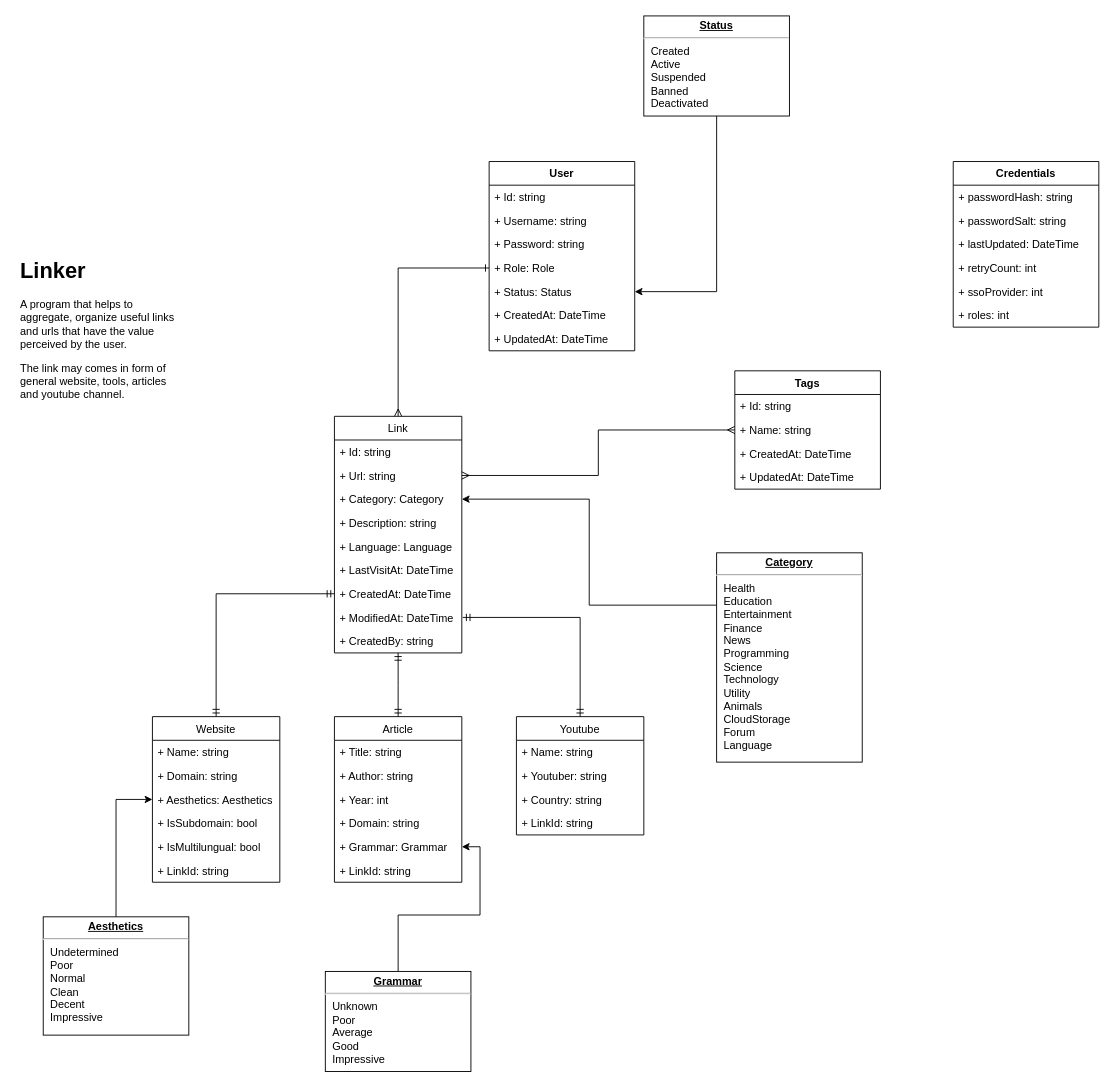
data-miner00/Linker keeps this draw.io diagram as page "Class Diagram" (1 of 4) of docs/Linker.drawio. Above is the earlier version. Source tidied: cells renumbered, new cells numbered last; positions are measured from the earlier drawing's top-left corner, leaving out a move shared by most shapes. Both pictures are drawn from the tidied source at 91%, with x=0, y=0 at pixel (15, 15).
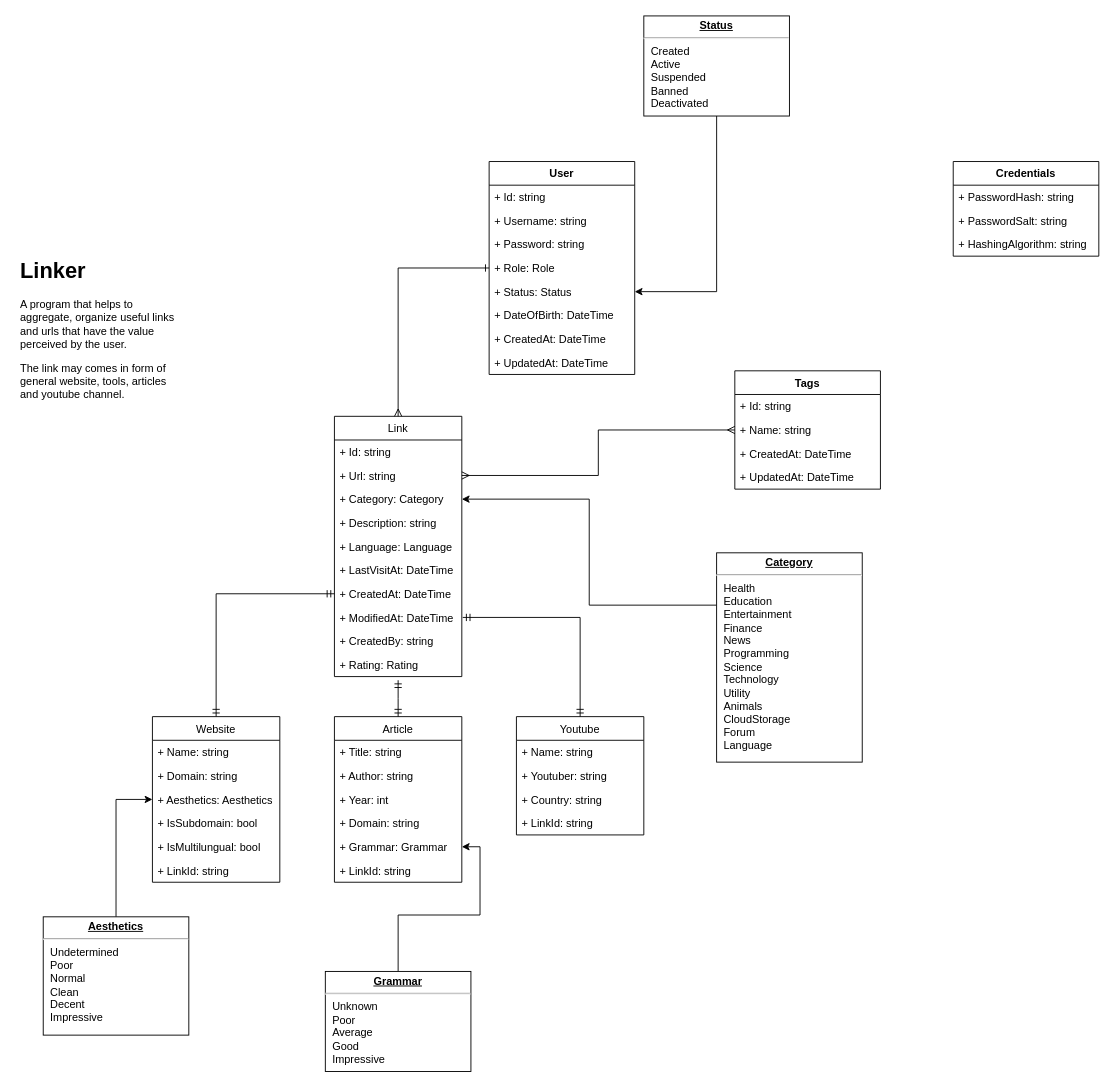
The same diagram, later.

Unchanged cells that the change refers to:
```xml
<mxCell id="26" value="Article" style="swimlane;fontStyle=0;horizontal=1;startSize=26;fillColor=none;" parent="1" vertex="1">
  <mxGeometry x="350" y="770" width="140" height="182" as="geometry" />
</mxCell>
```

Change to the diagram source:
```diff
@@
     <mxCell id="2" value="Link" style="swimlane;fontStyle=0;horizontal=1;startSize=26;fillColor=none;" parent="1" vertex="1">
-      <mxGeometry x="350" y="440" width="140" height="260" as="geometry" />
+      <mxGeometry x="350" y="440" width="140" height="286" as="geometry" />
     </mxCell>
@@
+    <mxCell id="65" value="+ Rating: Rating" style="text;strokeColor=none;fillColor=none;align=left;verticalAlign=top;spacingLeft=4;spacingRight=4;overflow=hidden;" parent="2" vertex="1">
+      <mxGeometry y="260" width="140" height="26" as="geometry" />
+    </mxCell>
@@
     <mxCell id="25" style="edgeStyle=orthogonalEdgeStyle;rounded=0;jettySize=auto;html=1;endArrow=ERmandOne;endFill=0;startArrow=ERmandOne;startFill=0;" parent="1" edge="1" source="26">
       <mxGeometry relative="1" as="geometry">
-        <mxPoint x="420" y="700" as="targetPoint" />
+        <mxPoint x="420" y="730" as="targetPoint" />
       </mxGeometry>
     </mxCell>
@@
     <mxCell id="41" value="User" style="swimlane;fontStyle=1;align=center;verticalAlign=top;horizontal=1;startSize=26;" parent="1" vertex="1">
-      <mxGeometry x="520" y="160" width="160" height="208" as="geometry" />
+      <mxGeometry x="520" y="160" width="160" height="234" as="geometry" />
     </mxCell>
@@
+    <mxCell id="66" value="+ DateOfBirth: DateTime" style="text;strokeColor=none;fillColor=none;align=left;verticalAlign=top;spacingLeft=4;spacingRight=4;overflow=hidden;" parent="41" vertex="1">
+      <mxGeometry y="156" width="160" height="26" as="geometry" />
+    </mxCell>
     <mxCell id="47" value="+ CreatedAt: DateTime" style="text;strokeColor=none;fillColor=none;align=left;verticalAlign=top;spacingLeft=4;spacingRight=4;overflow=hidden;" parent="41" vertex="1">
-      <mxGeometry y="156" width="160" height="26" as="geometry" />
+      <mxGeometry y="182" width="160" height="26" as="geometry" />
     </mxCell>
     <mxCell id="48" value="+ UpdatedAt: DateTime" style="text;strokeColor=none;fillColor=none;align=left;verticalAlign=top;spacingLeft=4;spacingRight=4;overflow=hidden;" parent="41" vertex="1">
-      <mxGeometry y="182" width="160" height="26" as="geometry" />
+      <mxGeometry y="208" width="160" height="26" as="geometry" />
     </mxCell>
@@
     <mxCell id="58" value="Credentials" style="swimlane;fontStyle=1;align=center;verticalAlign=top;horizontal=1;startSize=26;" parent="1" vertex="1">
-      <mxGeometry x="1030" y="160" width="160" height="182" as="geometry" />
+      <mxGeometry x="1030" y="160" width="160" height="104" as="geometry" />
     </mxCell>
-    <mxCell id="59" value="+ passwordHash: string" style="text;strokeColor=none;fillColor=none;align=left;verticalAlign=top;spacingLeft=4;spacingRight=4;overflow=hidden;" parent="58" vertex="1">
+    <mxCell id="59" value="+ PasswordHash: string" style="text;strokeColor=none;fillColor=none;align=left;verticalAlign=top;spacingLeft=4;spacingRight=4;overflow=hidden;" parent="58" vertex="1">
       <mxGeometry y="26" width="160" height="26" as="geometry" />
     </mxCell>
-    <mxCell id="60" value="+ passwordSalt: string" style="text;strokeColor=none;fillColor=none;align=left;verticalAlign=top;spacingLeft=4;spacingRight=4;overflow=hidden;" parent="58" vertex="1">
+    <mxCell id="60" value="+ PasswordSalt: string" style="text;strokeColor=none;fillColor=none;align=left;verticalAlign=top;spacingLeft=4;spacingRight=4;overflow=hidden;" parent="58" vertex="1">
       <mxGeometry y="52" width="160" height="26" as="geometry" />
     </mxCell>
-    <mxCell id="61" value="+ lastUpdated: DateTime" style="text;strokeColor=none;fillColor=none;align=left;verticalAlign=top;spacingLeft=4;spacingRight=4;overflow=hidden;" parent="58" vertex="1">
-      <mxGeometry y="78" width="160" height="26" as="geometry" />
-    </mxCell>
-    <mxCell id="62" value="+ retryCount: int" style="text;strokeColor=none;fillColor=none;align=left;verticalAlign=top;spacingLeft=4;spacingRight=4;overflow=hidden;" parent="58" vertex="1">
-      <mxGeometry y="104" width="160" height="26" as="geometry" />
+    <mxCell id="62" value="+ HashingAlgorithm: string" style="text;strokeColor=none;fillColor=none;align=left;verticalAlign=top;spacingLeft=4;spacingRight=4;overflow=hidden;" parent="58" vertex="1">
+      <mxGeometry y="78" width="160" height="26" as="geometry" />
     </mxCell>
-    <mxCell id="63" value="+ ssoProvider: int" style="text;strokeColor=none;fillColor=none;align=left;verticalAlign=top;spacingLeft=4;spacingRight=4;overflow=hidden;" parent="58" vertex="1">
-      <mxGeometry y="130" width="160" height="26" as="geometry" />
-    </mxCell>
-    <mxCell id="64" value="+ roles: int" style="text;strokeColor=none;fillColor=none;align=left;verticalAlign=top;spacingLeft=4;spacingRight=4;overflow=hidden;" parent="58" vertex="1">
-      <mxGeometry y="156" width="160" height="26" as="geometry" />
-    </mxCell>
```
